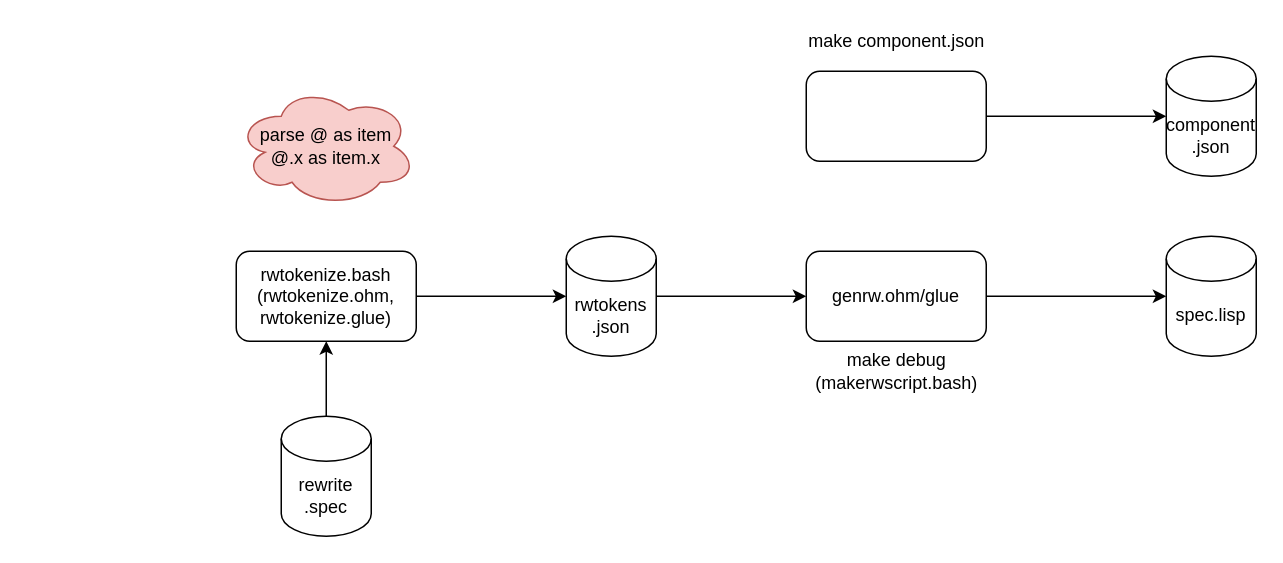
guitarvydas/behavior_tree_to_cpp keeps this draw.io diagram as workflow.drawio. Above is the earlier version. Source tidied: cells renumbered, new cells numbered last; positions are measured from the earlier drawing's top-left corner, leaving out a move shared by most shapes. Both pictures are drawn from the tidied source at 150%, with x=0, y=0 at pixel (236, 26).
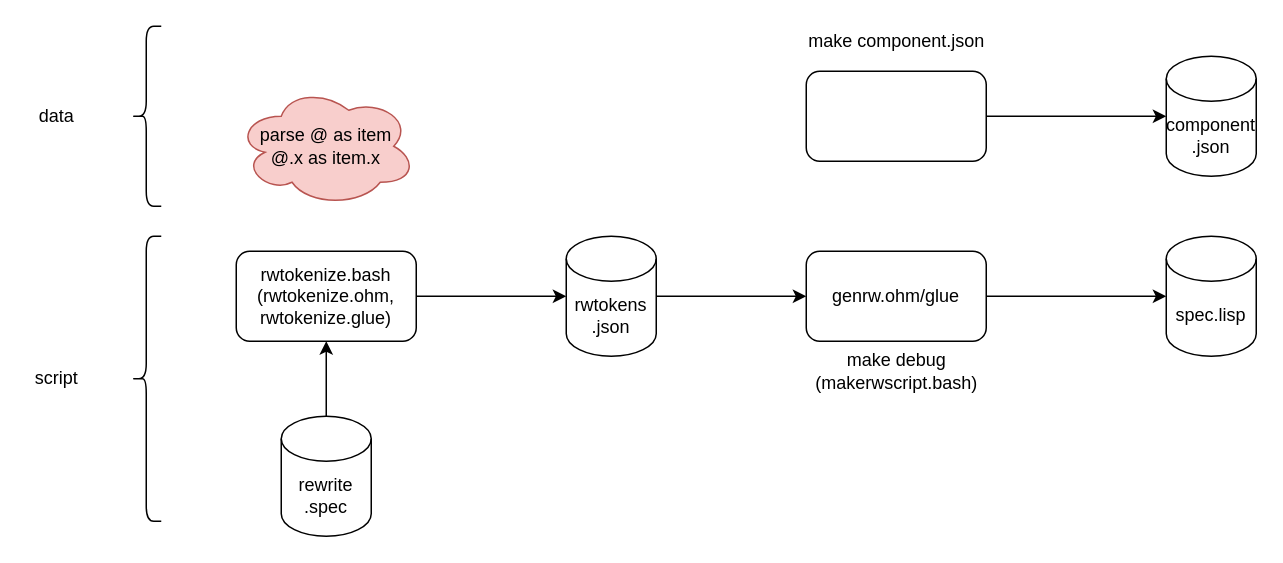
The same diagram, later.

Commit message (it also covers changes not shown here):
remove initial foreach from script

Change to the diagram source:
```diff
@@
+    <mxCell id="17" style="shape=curlyBracket;whiteSpace=wrap;html=1;rounded=1;" parent="1" vertex="1">
+      <mxGeometry x="-70" width="20" height="120" as="geometry" />
+    </mxCell>
+    <mxCell id="18" style="shape=curlyBracket;whiteSpace=wrap;html=1;rounded=1;" parent="1" vertex="1">
+      <mxGeometry x="-70" y="140" width="20" height="190" as="geometry" />
+    </mxCell>
+    <mxCell id="19" value="data" style="text;html=1;align=center;verticalAlign=middle;strokeColor=none;" parent="1" vertex="1">
+      <mxGeometry x="-140" y="50" width="40" height="20" as="geometry" />
+    </mxCell>
+    <mxCell id="20" value="script" style="text;html=1;align=center;verticalAlign=middle;strokeColor=none;" parent="1" vertex="1">
+      <mxGeometry x="-140" y="225" width="40" height="20" as="geometry" />
+    </mxCell>
```
